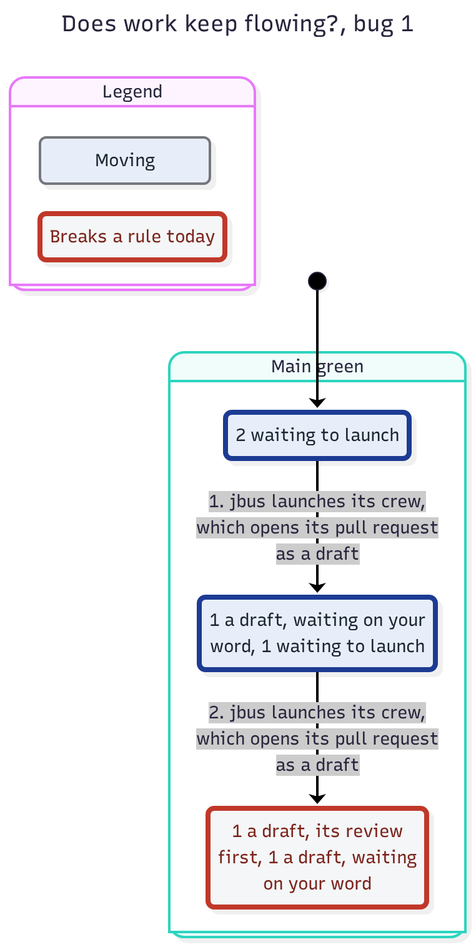
Earlier version of the Mermaid export features/jmerge/spec/FlowToday-statechart/bug-1.png (JoshuaHayesWasHere/jstack). Its source is kept beside it as features/jmerge/spec/FlowToday-statechart/bug-1.mmd.
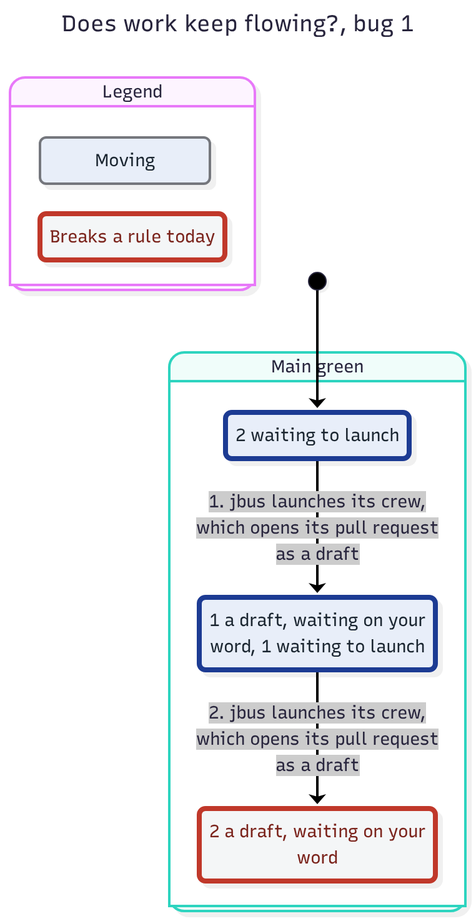
After the commit.

What changed in the source:
```diff
@@ -16,13 +16,13 @@
   class legendGroup1 group1
   class legendWrong plainWrong
   state "Main green" as g0 {
-    state "1 a draft, its review<br/>first, 1 a draft, waiting<br/>on your word" as s0
-    state "1 a draft, waiting on your<br/>word, 1 waiting to launch" as s1
+    state "1 a draft, waiting on your<br/>word, 1 waiting to launch" as s0
+    state "2 a draft, waiting on your<br/>word" as s1
     state "2 waiting to launch" as s2
   }
   [*] --> s2
-  s2 --> s1 : 1. jbus launches its crew,<br/>which opens its pull request<br/>as a draft
-  s1 --> s0 : 2. jbus launches its crew,<br/>which opens its pull request<br/>as a draft
-  class s0 plainWrong
-  class s1 group1Path
+  s2 --> s0 : 1. jbus launches its crew,<br/>which opens its pull request<br/>as a draft
+  s0 --> s1 : 2. jbus launches its crew,<br/>which opens its pull request<br/>as a draft
+  class s0 group1Path
+  class s1 plainWrong
   class s2 group1Path
```
